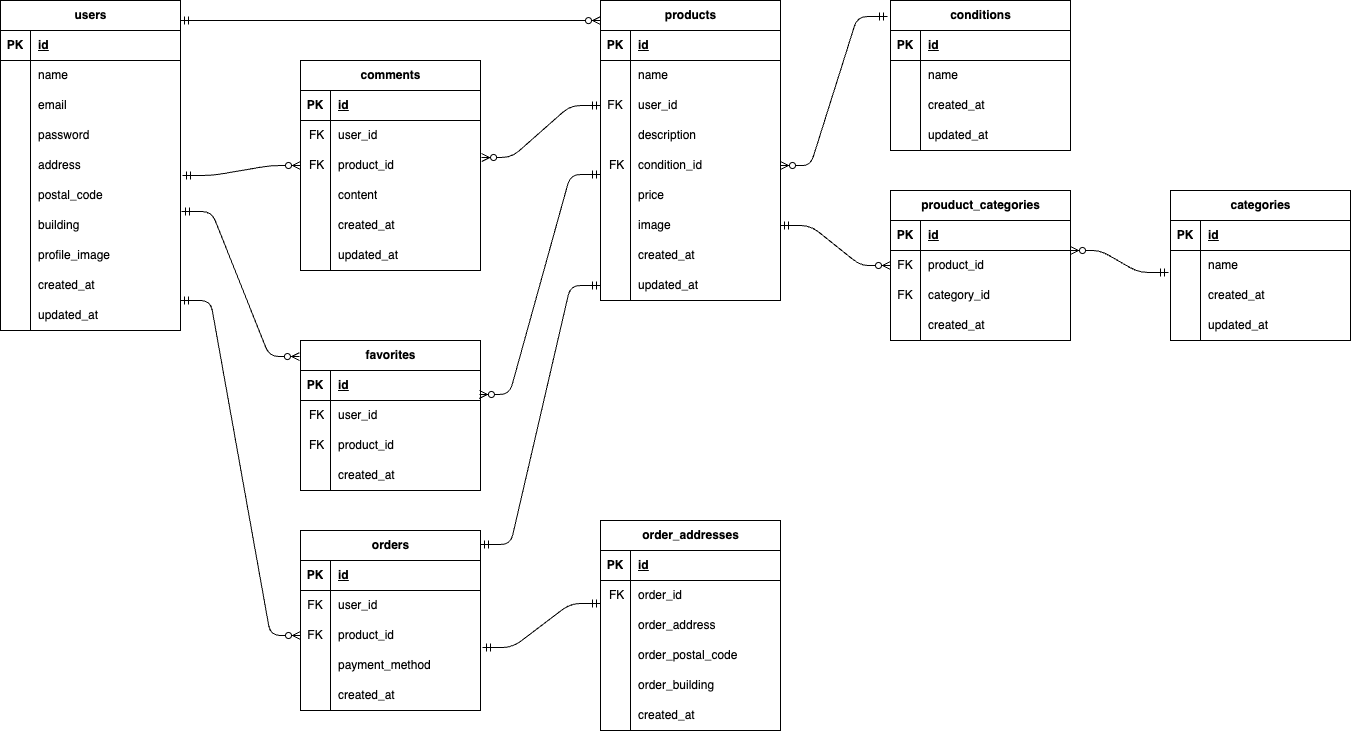
Earlier version of the draw.io export src/public/er-diagram.png (yurikoUe/mock-furima). Source tidied: cells renumbered, new cells last; positions are measured from the earlier drawing's top-left corner, leaving out a move shared by most shapes.
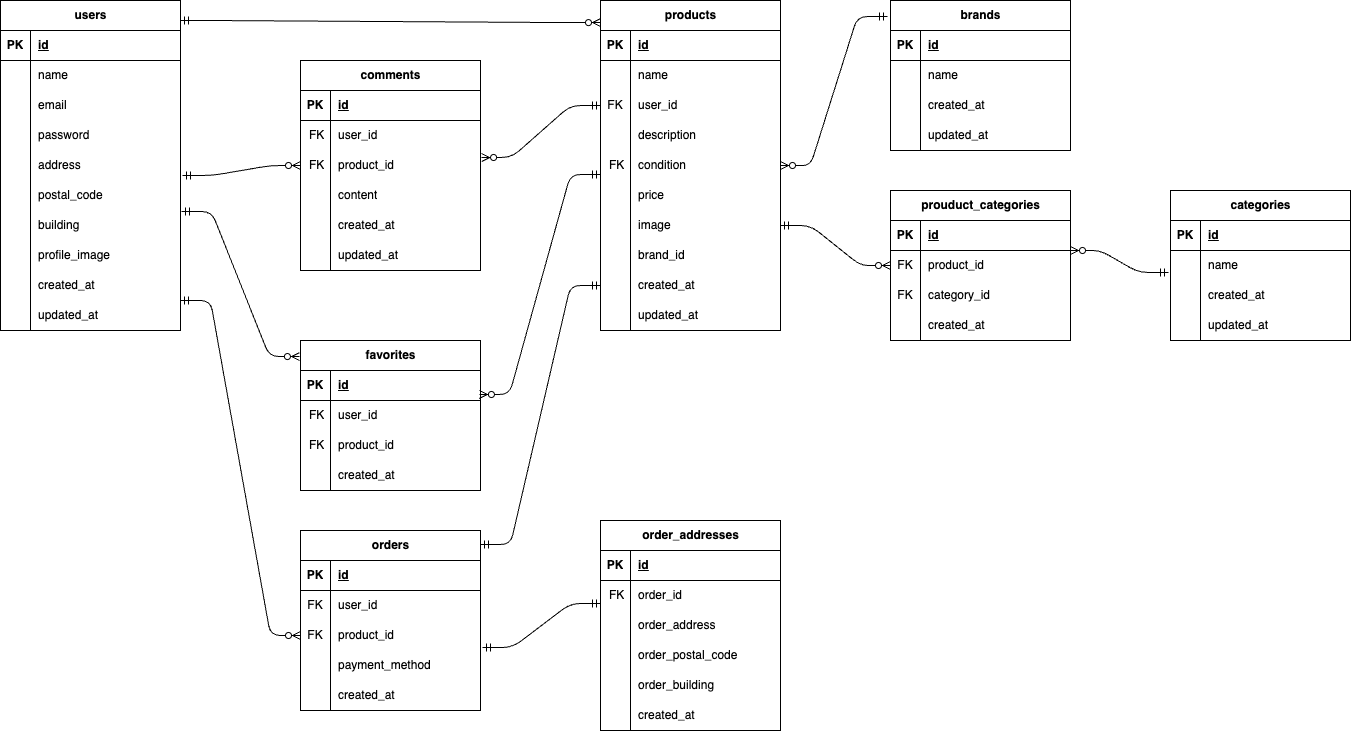
After the change.

What changed in the source:
```diff
@@ -135,7 +135,7 @@
       <mxGeometry x="30" width="150" height="30" as="geometry" />
     </mxCell>
     <mxCell id="46" value="products" style="shape=table;startSize=30;rowLines=0;fontStyle=1;align=center;html=1;fontColor=#000000;" parent="1" vertex="1">
-      <mxGeometry x="600" width="180" height="300" as="geometry" />
+      <mxGeometry x="600" width="180" height="330" as="geometry" />
     </mxCell>
     <mxCell id="47" style="shape=tableRow;horizontal=0;startSize=0;swimlaneHead=0;swimlaneBody=0;fillColor=none;top=0;left=0;right=0;bottom=1;fontColor=#000000;" parent="46" vertex="1">
       <mxGeometry y="30" width="180" height="30" as="geometry" />
@@ -179,7 +179,7 @@
     <mxCell id="60" value="&amp;nbsp;FK" style="shape=partialRectangle;fillColor=none;top=0;left=0;bottom=0;right=0;overflow=hidden;whiteSpace=wrap;html=1;fontColor=#000000;" parent="59" vertex="1">
       <mxGeometry width="30" height="30" as="geometry" />
     </mxCell>
-    <mxCell id="61" value="condition_id" style="shape=partialRectangle;fillColor=none;top=0;left=0;bottom=0;right=0;align=left;spacingLeft=6;overflow=hidden;whiteSpace=wrap;html=1;fontColor=#000000;" parent="59" vertex="1">
+    <mxCell id="61" value="condition" style="shape=partialRectangle;fillColor=none;top=0;left=0;bottom=0;right=0;align=left;spacingLeft=6;overflow=hidden;whiteSpace=wrap;html=1;fontColor=#000000;" parent="59" vertex="1">
       <mxGeometry x="30" width="150" height="30" as="geometry" />
     </mxCell>
     <mxCell id="62" style="shape=tableRow;horizontal=0;startSize=0;swimlaneHead=0;swimlaneBody=0;fillColor=none;top=0;left=0;right=0;bottom=0;fontColor=#000000;" parent="46" vertex="1">
@@ -206,7 +206,7 @@
     <mxCell id="69" style="shape=partialRectangle;fillColor=none;top=0;left=0;bottom=0;right=0;overflow=hidden;whiteSpace=wrap;html=1;fontColor=#000000;" parent="68" vertex="1">
       <mxGeometry width="30" height="30" as="geometry" />
     </mxCell>
-    <mxCell id="70" value="&lt;font style=&quot;&quot;&gt;created_at&lt;/font&gt;" style="shape=partialRectangle;fillColor=none;top=0;left=0;bottom=0;right=0;align=left;spacingLeft=6;overflow=hidden;whiteSpace=wrap;html=1;fontColor=#000000;" parent="68" vertex="1">
+    <mxCell id="70" value="brand_id" style="shape=partialRectangle;fillColor=none;top=0;left=0;bottom=0;right=0;align=left;spacingLeft=6;overflow=hidden;whiteSpace=wrap;html=1;fontColor=#000000;" parent="68" vertex="1">
       <mxGeometry x="30" width="150" height="30" as="geometry" />
     </mxCell>
     <mxCell id="71" style="shape=tableRow;horizontal=0;startSize=0;swimlaneHead=0;swimlaneBody=0;fillColor=none;points=[[0,0.5],[1,0.5]];portConstraint=eastwest;top=0;left=0;right=0;bottom=0;fontColor=#000000;" parent="46" vertex="1">
@@ -215,9 +215,18 @@
     <mxCell id="72" style="shape=partialRectangle;fillColor=none;top=0;left=0;bottom=0;right=0;overflow=hidden;whiteSpace=wrap;html=1;fontColor=#000000;" parent="71" vertex="1">
       <mxGeometry width="30" height="30" as="geometry" />
     </mxCell>
-    <mxCell id="73" value="&lt;font style=&quot;&quot;&gt;updated_at&lt;/font&gt;" style="shape=partialRectangle;fillColor=none;top=0;left=0;bottom=0;right=0;align=left;spacingLeft=6;overflow=hidden;whiteSpace=wrap;html=1;fontColor=#000000;" parent="71" vertex="1">
+    <mxCell id="73" value="created_at" style="shape=partialRectangle;fillColor=none;top=0;left=0;bottom=0;right=0;align=left;spacingLeft=6;overflow=hidden;whiteSpace=wrap;html=1;fontColor=#000000;" parent="71" vertex="1">
       <mxGeometry x="30" width="150" height="30" as="geometry" />
     </mxCell>
+    <mxCell id="178" style="shape=tableRow;horizontal=0;startSize=0;swimlaneHead=0;swimlaneBody=0;fillColor=none;top=0;left=0;right=0;bottom=0;fontColor=#000000;" parent="46" vertex="1">
+      <mxGeometry y="300" width="180" height="30" as="geometry" />
+    </mxCell>
+    <mxCell id="179" style="shape=partialRectangle;fillColor=none;top=0;left=0;bottom=0;right=0;overflow=hidden;whiteSpace=wrap;html=1;fontColor=#000000;" parent="178" vertex="1">
+      <mxGeometry width="30" height="30" as="geometry" />
+    </mxCell>
+    <mxCell id="180" value="updated_at" style="shape=partialRectangle;fillColor=none;top=0;left=0;bottom=0;right=0;align=left;spacingLeft=6;overflow=hidden;whiteSpace=wrap;html=1;fontColor=#000000;" parent="178" vertex="1">
+      <mxGeometry x="30" width="150" height="30" as="geometry" />
+    </mxCell>
     <mxCell id="74" value="orders" style="shape=table;startSize=30;rowLines=0;fontStyle=1;align=center;html=1;fontColor=#000000;" parent="1" vertex="1">
       <mxGeometry x="300" y="530" width="180" height="180" as="geometry" />
     </mxCell>
@@ -401,7 +410,7 @@
     <mxCell id="134" value="&lt;font style=&quot;&quot;&gt;updated_at&lt;/font&gt;" style="shape=partialRectangle;fillColor=none;top=0;left=0;bottom=0;right=0;align=left;spacingLeft=6;overflow=hidden;whiteSpace=wrap;html=1;fontColor=#000000;" parent="132" vertex="1">
       <mxGeometry x="30" width="150" height="30" as="geometry" />
     </mxCell>
-    <mxCell id="135" value="conditions" style="shape=table;startSize=30;rowLines=0;fontStyle=1;align=center;html=1;fontColor=#000000;" parent="1" vertex="1">
+    <mxCell id="135" value="brands" style="shape=table;startSize=30;rowLines=0;fontStyle=1;align=center;html=1;fontColor=#000000;" parent="1" vertex="1">
       <mxGeometry x="890" width="180" height="150" as="geometry" />
     </mxCell>
     <mxCell id="136" style="shape=tableRow;horizontal=0;startSize=0;swimlaneHead=0;swimlaneBody=0;fillColor=none;top=0;left=0;right=0;bottom=1;fontColor=#000000;" parent="135" vertex="1">
```
